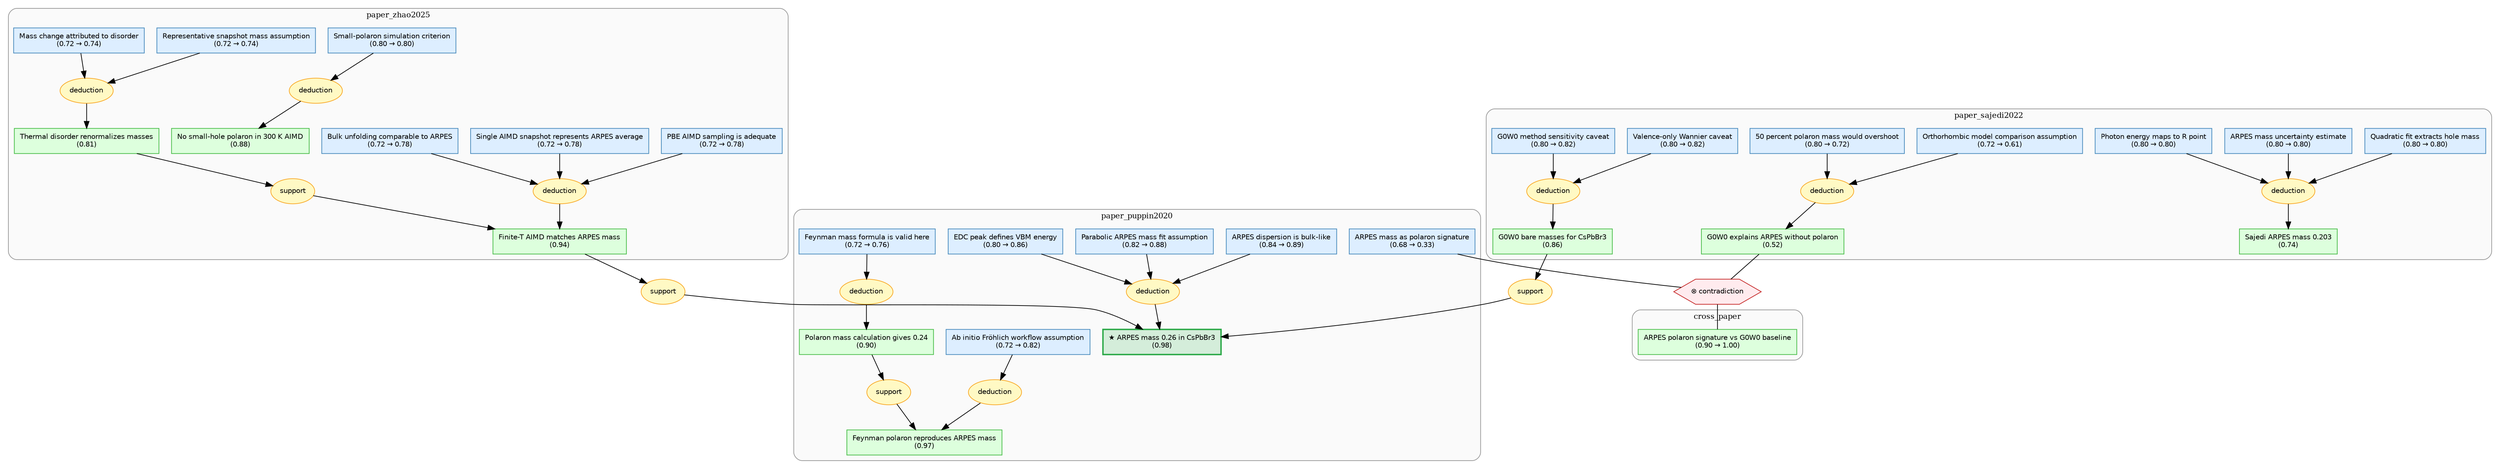
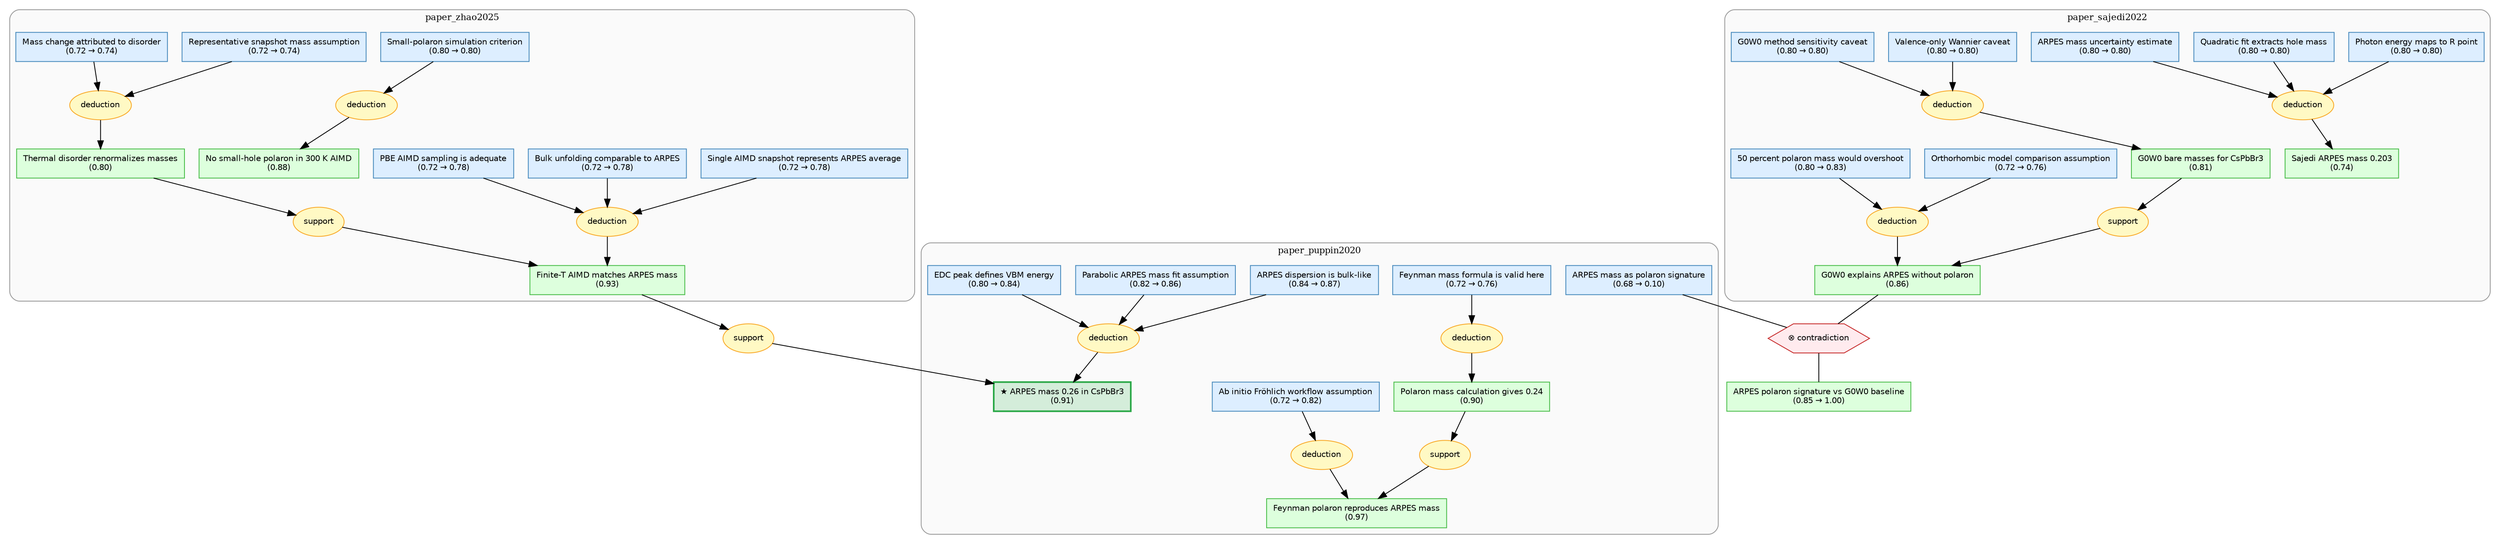
digraph starmap {
    rankdir=TB;
    compound=true;
    node [fontname="Helvetica", fontsize=10];
    edge [fontname="Helvetica", fontsize=9];
- 
-     subgraph cluster_cross_paper {
-         label="cross_paper";
-         style="rounded,filled";
-         fillcolor="#fafafa";
-         color="#999999";
-         fontsize=11;
- 
-         "github:perovskite_arpes_polaron::arpes_polaron_signature_vs_gw_no_polaron" [label="ARPES polaron signature vs G0W0 baseline\n(0.90 → 1.00)", shape=box, style=filled, fillcolor="#ddffdd", color="#44bb44"];
-     }

    subgraph cluster_paper_puppin2020 {
        label="paper_puppin2020";
        style="rounded,filled";
        fillcolor="#fafafa";
        color="#999999";
        fontsize=11;

-         "github:perovskite_arpes_polaron::gcn_1544d55444d743c8" [label="★ ARPES mass 0.26 in CsPbBr3\n(0.98)", shape=box, style=filled, fillcolor="#d4edda", color="#28a745", penwidth=2];
-         "github:perovskite_arpes_polaron::gcn_2e9e6e30a5d7431c" [label="Parabolic ARPES mass fit assumption\n(0.82 → 0.88)", shape=box, style=filled, fillcolor="#ddeeff", color="#4488bb"];
-         "github:perovskite_arpes_polaron::gcn_0a71cf6357114b76" [label="EDC peak defines VBM energy\n(0.80 → 0.86)", shape=box, style=filled, fillcolor="#ddeeff", color="#4488bb"];
-         "github:perovskite_arpes_polaron::gcn_e24a3d64aa604555" [label="ARPES dispersion is bulk-like\n(0.84 → 0.89)", shape=box, style=filled, fillcolor="#ddeeff", color="#4488bb"];
+         "github:perovskite_arpes_polaron::gcn_1544d55444d743c8" [label="★ ARPES mass 0.26 in CsPbBr3\n(0.91)", shape=box, style=filled, fillcolor="#d4edda", color="#28a745", penwidth=2];
+         "github:perovskite_arpes_polaron::gcn_2e9e6e30a5d7431c" [label="Parabolic ARPES mass fit assumption\n(0.82 → 0.86)", shape=box, style=filled, fillcolor="#ddeeff", color="#4488bb"];
+         "github:perovskite_arpes_polaron::gcn_0a71cf6357114b76" [label="EDC peak defines VBM energy\n(0.80 → 0.84)", shape=box, style=filled, fillcolor="#ddeeff", color="#4488bb"];
+         "github:perovskite_arpes_polaron::gcn_e24a3d64aa604555" [label="ARPES dispersion is bulk-like\n(0.84 → 0.87)", shape=box, style=filled, fillcolor="#ddeeff", color="#4488bb"];
        "github:perovskite_arpes_polaron::gcn_5e907da32c114d34" [label="Feynman polaron reproduces ARPES mass\n(0.97)", shape=box, style=filled, fillcolor="#ddffdd", color="#44bb44"];
        "github:perovskite_arpes_polaron::gcn_943f1f964b7a4374" [label="Ab initio Fröhlich workflow assumption\n(0.72 → 0.82)", shape=box, style=filled, fillcolor="#ddeeff", color="#4488bb"];
        "github:perovskite_arpes_polaron::gcn_ffcf3464e99c47ed" [label="Polaron mass calculation gives 0.24\n(0.90)", shape=box, style=filled, fillcolor="#ddffdd", color="#44bb44"];
        "github:perovskite_arpes_polaron::gcn_2b322b6a88d742ba" [label="Feynman mass formula is valid here\n(0.72 → 0.76)", shape=box, style=filled, fillcolor="#ddeeff", color="#4488bb"];
-         "github:perovskite_arpes_polaron::gcn_4ad259a13be9454a" [label="ARPES mass as polaron signature\n(0.68 → 0.33)", shape=box, style=filled, fillcolor="#ddeeff", color="#4488bb"];
+         "github:perovskite_arpes_polaron::gcn_4ad259a13be9454a" [label="ARPES mass as polaron signature\n(0.68 → 0.10)", shape=box, style=filled, fillcolor="#ddeeff", color="#4488bb"];
        "strat_0" [label="deduction", shape=ellipse, style=filled, fillcolor="#fff9c4", color="#f9a825"];
        "strat_1" [label="deduction", shape=ellipse, style=filled, fillcolor="#fff9c4", color="#f9a825"];
        "strat_2" [label="deduction", shape=ellipse, style=filled, fillcolor="#fff9c4", color="#f9a825"];
        "strat_11" [label="support", shape=ellipse, style=filled, fillcolor="#fff9c4", color="#f9a825"];
    }

    subgraph cluster_paper_sajedi2022 {
        label="paper_sajedi2022";
        style="rounded,filled";
        fillcolor="#fafafa";
        color="#999999";
        fontsize=11;

        "github:perovskite_arpes_polaron::gcn_4d0e277c6d2c4cdc" [label="Sajedi ARPES mass 0.203\n(0.74)", shape=box, style=filled, fillcolor="#ddffdd", color="#44bb44"];
        "github:perovskite_arpes_polaron::gcn_e17b013445234bfa" [label="Photon energy maps to R point\n(0.80 → 0.80)", shape=box, style=filled, fillcolor="#ddeeff", color="#4488bb"];
        "github:perovskite_arpes_polaron::gcn_ccc6a5bf10864de7" [label="Quadratic fit extracts hole mass\n(0.80 → 0.80)", shape=box, style=filled, fillcolor="#ddeeff", color="#4488bb"];
        "github:perovskite_arpes_polaron::gcn_3e860bd7f76e4767" [label="ARPES mass uncertainty estimate\n(0.80 → 0.80)", shape=box, style=filled, fillcolor="#ddeeff", color="#4488bb"];
-         "github:perovskite_arpes_polaron::gcn_8c3c520295d7488c" [label="G0W0 bare masses for CsPbBr3\n(0.86)", shape=box, style=filled, fillcolor="#ddffdd", color="#44bb44"];
-         "github:perovskite_arpes_polaron::gcn_ec768b9675814820" [label="Valence-only Wannier caveat\n(0.80 → 0.82)", shape=box, style=filled, fillcolor="#ddeeff", color="#4488bb"];
-         "github:perovskite_arpes_polaron::gcn_5868b15c687043a9" [label="G0W0 method sensitivity caveat\n(0.80 → 0.82)", shape=box, style=filled, fillcolor="#ddeeff", color="#4488bb"];
-         "github:perovskite_arpes_polaron::gcn_762777de8c644c17" [label="G0W0 explains ARPES without polaron\n(0.52)", shape=box, style=filled, fillcolor="#ddffdd", color="#44bb44"];
-         "github:perovskite_arpes_polaron::gcn_1fc9a84fbc6e4a1b" [label="Orthorhombic model comparison assumption\n(0.72 → 0.61)", shape=box, style=filled, fillcolor="#ddeeff", color="#4488bb"];
-         "github:perovskite_arpes_polaron::gcn_e808f6450bfc4207" [label="50 percent polaron mass would overshoot\n(0.80 → 0.72)", shape=box, style=filled, fillcolor="#ddeeff", color="#4488bb"];
+         "github:perovskite_arpes_polaron::gcn_8c3c520295d7488c" [label="G0W0 bare masses for CsPbBr3\n(0.81)", shape=box, style=filled, fillcolor="#ddffdd", color="#44bb44"];
+         "github:perovskite_arpes_polaron::gcn_ec768b9675814820" [label="Valence-only Wannier caveat\n(0.80 → 0.80)", shape=box, style=filled, fillcolor="#ddeeff", color="#4488bb"];
+         "github:perovskite_arpes_polaron::gcn_5868b15c687043a9" [label="G0W0 method sensitivity caveat\n(0.80 → 0.80)", shape=box, style=filled, fillcolor="#ddeeff", color="#4488bb"];
+         "github:perovskite_arpes_polaron::gcn_762777de8c644c17" [label="G0W0 explains ARPES without polaron\n(0.86)", shape=box, style=filled, fillcolor="#ddffdd", color="#44bb44"];
+         "github:perovskite_arpes_polaron::gcn_1fc9a84fbc6e4a1b" [label="Orthorhombic model comparison assumption\n(0.72 → 0.76)", shape=box, style=filled, fillcolor="#ddeeff", color="#4488bb"];
+         "github:perovskite_arpes_polaron::gcn_e808f6450bfc4207" [label="50 percent polaron mass would overshoot\n(0.80 → 0.83)", shape=box, style=filled, fillcolor="#ddeeff", color="#4488bb"];
        "strat_6" [label="deduction", shape=ellipse, style=filled, fillcolor="#fff9c4", color="#f9a825"];
        "strat_7" [label="deduction", shape=ellipse, style=filled, fillcolor="#fff9c4", color="#f9a825"];
        "strat_8" [label="deduction", shape=ellipse, style=filled, fillcolor="#fff9c4", color="#f9a825"];
+         "strat_10" [label="support", shape=ellipse, style=filled, fillcolor="#fff9c4", color="#f9a825"];
    }

    subgraph cluster_paper_zhao2025 {
        label="paper_zhao2025";
        style="rounded,filled";
        fillcolor="#fafafa";
        color="#999999";
        fontsize=11;

-         "github:perovskite_arpes_polaron::gcn_e4a5cac31481497c" [label="Finite-T AIMD matches ARPES mass\n(0.94)", shape=box, style=filled, fillcolor="#ddffdd", color="#44bb44"];
+         "github:perovskite_arpes_polaron::gcn_e4a5cac31481497c" [label="Finite-T AIMD matches ARPES mass\n(0.93)", shape=box, style=filled, fillcolor="#ddffdd", color="#44bb44"];
        "github:perovskite_arpes_polaron::gcn_c24c81b8a5fe413c" [label="Single AIMD snapshot represents ARPES average\n(0.72 → 0.78)", shape=box, style=filled, fillcolor="#ddeeff", color="#4488bb"];
        "github:perovskite_arpes_polaron::gcn_43c66f240368417e" [label="Bulk unfolding comparable to ARPES\n(0.72 → 0.78)", shape=box, style=filled, fillcolor="#ddeeff", color="#4488bb"];
        "github:perovskite_arpes_polaron::gcn_1c2bf8f398f243f9" [label="PBE AIMD sampling is adequate\n(0.72 → 0.78)", shape=box, style=filled, fillcolor="#ddeeff", color="#4488bb"];
        "github:perovskite_arpes_polaron::gcn_78dd3a5f6fb84289" [label="No small-hole polaron in 300 K AIMD\n(0.88)", shape=box, style=filled, fillcolor="#ddffdd", color="#44bb44"];
        "github:perovskite_arpes_polaron::gcn_82d0efc0c1024ec8" [label="Small-polaron simulation criterion\n(0.80 → 0.80)", shape=box, style=filled, fillcolor="#ddeeff", color="#4488bb"];
-         "github:perovskite_arpes_polaron::gcn_3f848904ab0d4b48" [label="Thermal disorder renormalizes masses\n(0.81)", shape=box, style=filled, fillcolor="#ddffdd", color="#44bb44"];
+         "github:perovskite_arpes_polaron::gcn_3f848904ab0d4b48" [label="Thermal disorder renormalizes masses\n(0.80)", shape=box, style=filled, fillcolor="#ddffdd", color="#44bb44"];
        "github:perovskite_arpes_polaron::gcn_00749f497c204b4c" [label="Representative snapshot mass assumption\n(0.72 → 0.74)", shape=box, style=filled, fillcolor="#ddeeff", color="#4488bb"];
        "github:perovskite_arpes_polaron::gcn_869be47d79c54464" [label="Mass change attributed to disorder\n(0.72 → 0.74)", shape=box, style=filled, fillcolor="#ddeeff", color="#4488bb"];
        "strat_3" [label="deduction", shape=ellipse, style=filled, fillcolor="#fff9c4", color="#f9a825"];
        "strat_4" [label="deduction", shape=ellipse, style=filled, fillcolor="#fff9c4", color="#f9a825"];
        "strat_5" [label="deduction", shape=ellipse, style=filled, fillcolor="#fff9c4", color="#f9a825"];
        "strat_12" [label="support", shape=ellipse, style=filled, fillcolor="#fff9c4", color="#f9a825"];
    }

    // cross-module strategy/operator nodes (outside clusters)
+     "github:perovskite_arpes_polaron::arpes_polaron_signature_vs_gw_no_polaron" [label="ARPES polaron signature vs G0W0 baseline\n(0.85 → 1.00)", shape=box, style=filled, fillcolor="#ddffdd", color="#44bb44"];
    "strat_9" [label="support", shape=ellipse, style=filled, fillcolor="#fff9c4", color="#f9a825"];
-     "strat_10" [label="support", shape=ellipse, style=filled, fillcolor="#fff9c4", color="#f9a825"];
    "oper_0" [label="⊗ contradiction", shape=hexagon, style=filled, fillcolor="#ffebee", color="#c62828"];

    // edges
    "github:perovskite_arpes_polaron::gcn_2e9e6e30a5d7431c" -> "strat_0";
    "github:perovskite_arpes_polaron::gcn_0a71cf6357114b76" -> "strat_0";
    "github:perovskite_arpes_polaron::gcn_e24a3d64aa604555" -> "strat_0";
    "strat_0" -> "github:perovskite_arpes_polaron::gcn_1544d55444d743c8";
    "github:perovskite_arpes_polaron::gcn_943f1f964b7a4374" -> "strat_1";
    "strat_1" -> "github:perovskite_arpes_polaron::gcn_5e907da32c114d34";
    "github:perovskite_arpes_polaron::gcn_2b322b6a88d742ba" -> "strat_2";
    "strat_2" -> "github:perovskite_arpes_polaron::gcn_ffcf3464e99c47ed";
    "github:perovskite_arpes_polaron::gcn_c24c81b8a5fe413c" -> "strat_3";
    "github:perovskite_arpes_polaron::gcn_43c66f240368417e" -> "strat_3";
    "github:perovskite_arpes_polaron::gcn_1c2bf8f398f243f9" -> "strat_3";
    "strat_3" -> "github:perovskite_arpes_polaron::gcn_e4a5cac31481497c";
    "github:perovskite_arpes_polaron::gcn_82d0efc0c1024ec8" -> "strat_4";
    "strat_4" -> "github:perovskite_arpes_polaron::gcn_78dd3a5f6fb84289";
    "github:perovskite_arpes_polaron::gcn_00749f497c204b4c" -> "strat_5";
    "github:perovskite_arpes_polaron::gcn_869be47d79c54464" -> "strat_5";
    "strat_5" -> "github:perovskite_arpes_polaron::gcn_3f848904ab0d4b48";
    "github:perovskite_arpes_polaron::gcn_e17b013445234bfa" -> "strat_6";
    "github:perovskite_arpes_polaron::gcn_ccc6a5bf10864de7" -> "strat_6";
    "github:perovskite_arpes_polaron::gcn_3e860bd7f76e4767" -> "strat_6";
    "strat_6" -> "github:perovskite_arpes_polaron::gcn_4d0e277c6d2c4cdc";
    "github:perovskite_arpes_polaron::gcn_ec768b9675814820" -> "strat_7";
    "github:perovskite_arpes_polaron::gcn_5868b15c687043a9" -> "strat_7";
    "strat_7" -> "github:perovskite_arpes_polaron::gcn_8c3c520295d7488c";
    "github:perovskite_arpes_polaron::gcn_1fc9a84fbc6e4a1b" -> "strat_8";
    "github:perovskite_arpes_polaron::gcn_e808f6450bfc4207" -> "strat_8";
    "strat_8" -> "github:perovskite_arpes_polaron::gcn_762777de8c644c17";
    "github:perovskite_arpes_polaron::gcn_e4a5cac31481497c" -> "strat_9";
    "strat_9" -> "github:perovskite_arpes_polaron::gcn_1544d55444d743c8";
    "github:perovskite_arpes_polaron::gcn_8c3c520295d7488c" -> "strat_10";
-     "strat_10" -> "github:perovskite_arpes_polaron::gcn_1544d55444d743c8";
+     "strat_10" -> "github:perovskite_arpes_polaron::gcn_762777de8c644c17";
    "github:perovskite_arpes_polaron::gcn_ffcf3464e99c47ed" -> "strat_11";
    "strat_11" -> "github:perovskite_arpes_polaron::gcn_5e907da32c114d34";
    "github:perovskite_arpes_polaron::gcn_3f848904ab0d4b48" -> "strat_12";
    "strat_12" -> "github:perovskite_arpes_polaron::gcn_e4a5cac31481497c";
    "github:perovskite_arpes_polaron::gcn_4ad259a13be9454a" -> "oper_0" [dir=none];
    "github:perovskite_arpes_polaron::gcn_762777de8c644c17" -> "oper_0" [dir=none];
    "oper_0" -> "github:perovskite_arpes_polaron::arpes_polaron_signature_vs_gw_no_polaron" [dir=none];
}
